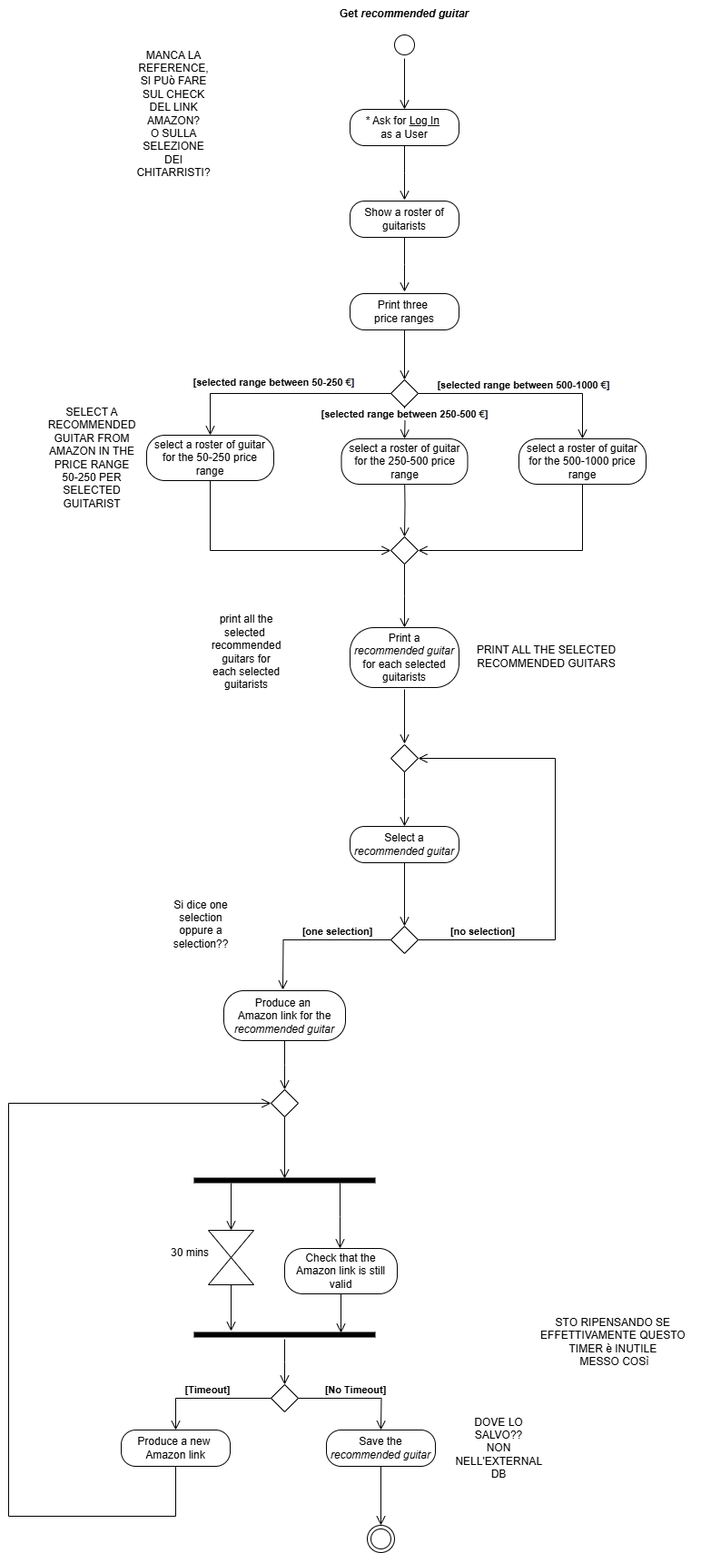
This is ActivityDiagramM.drawio.png from TizianoLilli/ISPW-Project, a draw.io export, as it was before one commit. Source tidied: cells renumbered, new cells last; positions are measured from the earlier drawing's top-left corner, leaving out a move shared by most shapes.
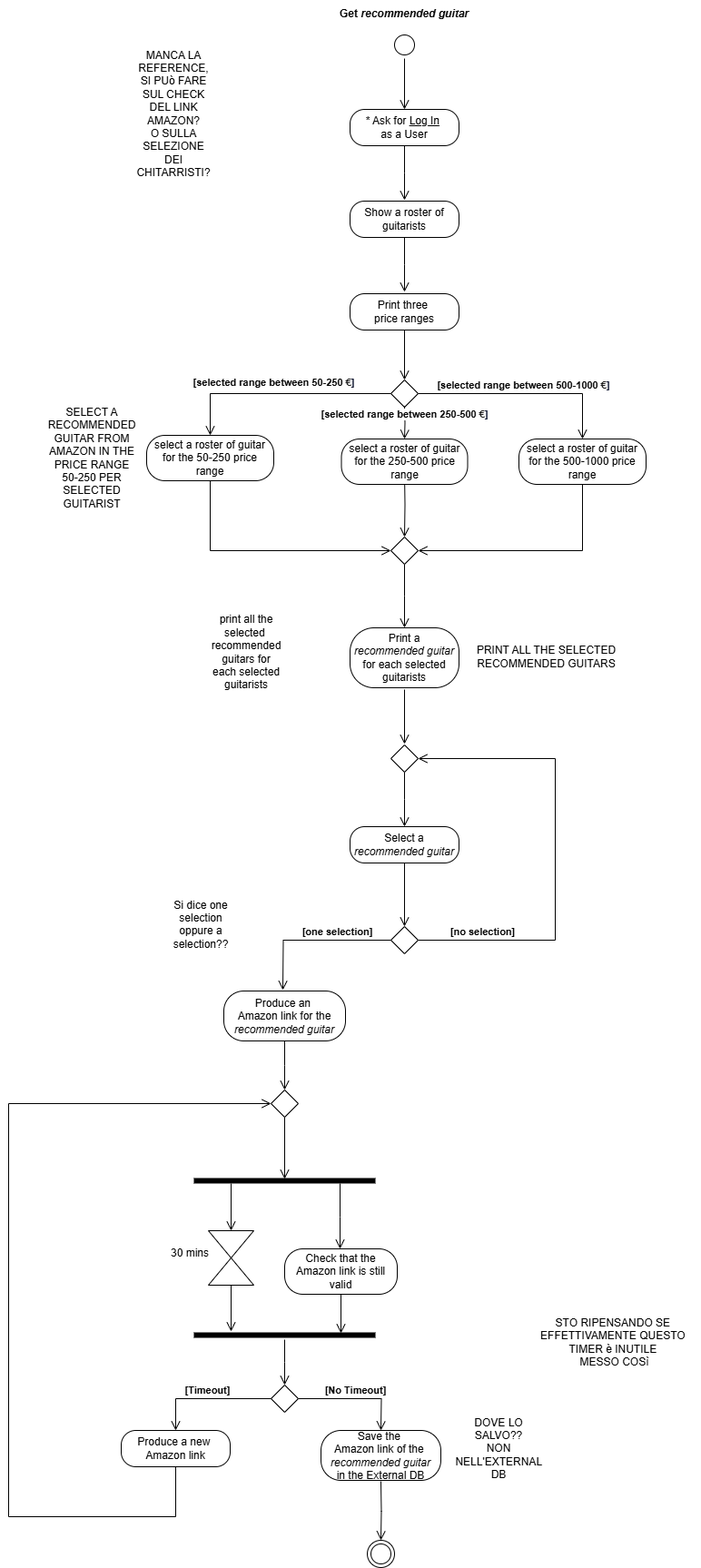
Above is the later version.

Change to the diagram source:
```diff
@@ -138,8 +138,8 @@
         <mxPoint x="410" y="1575" as="targetPoint" />
       </mxGeometry>
     </mxCell>
-    <mxCell id="35" value="Save the&lt;div&gt;&lt;i&gt;recommended guitar&lt;/i&gt;&lt;/div&gt;" style="rounded=1;whiteSpace=wrap;html=1;arcSize=40;labelBackgroundColor=none;" parent="1" vertex="1">
-      <mxGeometry x="350" y="1575" width="120" height="40" as="geometry" />
+    <mxCell id="35" value="Save the&amp;nbsp;&lt;div&gt;Amazon link&amp;nbsp;&lt;span style=&quot;background-color: initial;&quot;&gt;of the&amp;nbsp;&lt;/span&gt;&lt;div&gt;&lt;div&gt;&lt;i&gt;recommended guitar&lt;/i&gt;&lt;/div&gt;&lt;div&gt;in the External DB&lt;/div&gt;&lt;/div&gt;&lt;/div&gt;" style="rounded=1;whiteSpace=wrap;html=1;arcSize=40;labelBackgroundColor=none;" parent="1" vertex="1">
+      <mxGeometry x="344" y="1575" width="132" height="55" as="geometry" />
     </mxCell>
     <mxCell id="36" value="&lt;b&gt;[Timeout]&lt;/b&gt;" style="edgeStyle=orthogonalEdgeStyle;html=1;verticalAlign=bottom;endArrow=open;endSize=8;rounded=0;exitX=0;exitY=0.5;exitDx=0;exitDy=0;labelBackgroundColor=none;fontColor=default;" parent="1" edge="1" source="26" target="37">
       <mxGeometry relative="1" as="geometry" />
@@ -163,10 +163,12 @@
       <mxGeometry relative="1" as="geometry" />
     </mxCell>
     <mxCell id="41" style="ellipse;html=1;shape=endState;labelBackgroundColor=none;" parent="1" vertex="1">
-      <mxGeometry x="395" y="1680" width="30" height="30" as="geometry" />
+      <mxGeometry x="395" y="1696" width="30" height="30" as="geometry" />
     </mxCell>
-    <mxCell id="42" style="edgeStyle=orthogonalEdgeStyle;html=1;verticalAlign=bottom;endArrow=open;endSize=8;rounded=0;entryX=0.5;entryY=0;entryDx=0;entryDy=0;exitX=0.5;exitY=1;exitDx=0;exitDy=0;labelBackgroundColor=none;fontColor=default;" parent="1" edge="1" source="35" target="41">
-      <mxGeometry relative="1" as="geometry" />
+    <mxCell id="42" style="edgeStyle=orthogonalEdgeStyle;html=1;verticalAlign=bottom;endArrow=open;endSize=8;rounded=0;entryX=0.5;entryY=0;entryDx=0;entryDy=0;exitX=0.5;exitY=1;exitDx=0;exitDy=0;labelBackgroundColor=none;fontColor=default;" parent="1" edge="1" target="41">
+      <mxGeometry relative="1" as="geometry">
+        <mxPoint x="410" y="1631" as="sourcePoint" />
+      </mxGeometry>
     </mxCell>
     <mxCell id="43" style="ellipse;html=1;shape=startState;labelBackgroundColor=none;" parent="1" vertex="1">
       <mxGeometry x="421" y="34" width="30" height="30" as="geometry" />
```
